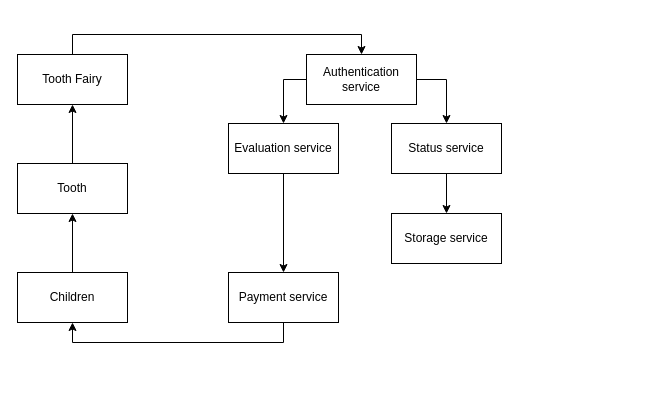
This is .drawio from CBeredIOk/drawio, a draw.io file, before an edit. Source tidied: cells renumbered, new cells numbered last; positions are measured from the earlier drawing's top-left corner, leaving out a move shared by most shapes. Both pictures are drawn from the tidied source at 100%, with x=0, y=0 at pixel (17, 54).
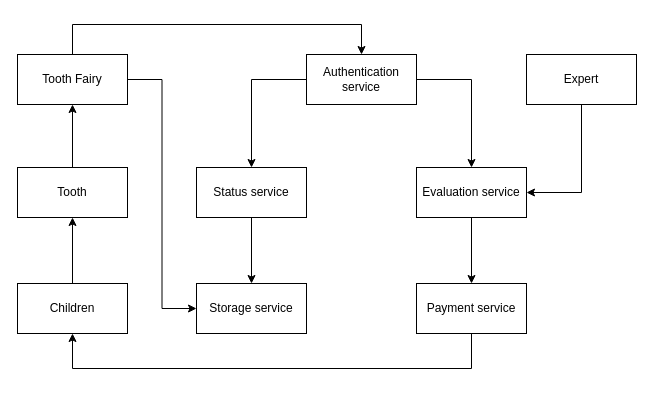
Above is the later version.

The change refers to these unchanged cells:
```xml
<mxCell id="3" value="Tooth Fairy" style="html=1;whiteSpace=wrap;" parent="1" vertex="1">
  <mxGeometry width="110" height="50" as="geometry" />
</mxCell>
<mxCell id="10" value="Authentication service" style="html=1;whiteSpace=wrap;" parent="1" vertex="1">
  <mxGeometry x="289" width="110" height="50" as="geometry" />
</mxCell>
```

Change to the diagram source:
```diff
@@
     <mxCell id="2" style="edgeStyle=orthogonalEdgeStyle;rounded=0;jettySize=auto;html=1;exitX=0.5;exitY=0;exitDx=0;exitDy=0;entryX=0.5;entryY=0;entryDx=0;entryDy=0;" parent="1" edge="1" source="3" target="10">
-      <mxGeometry relative="1" as="geometry" />
+      <mxGeometry relative="1" as="geometry">
+        <Array as="points">
+          <mxPoint x="55" y="-30" />
+          <mxPoint x="344" y="-30" />
+        </Array>
+      </mxGeometry>
     </mxCell>
+    <mxCell id="18" style="edgeStyle=orthogonalEdgeStyle;rounded=0;jettySize=auto;html=1;exitX=1;exitY=0.5;exitDx=0;exitDy=0;entryX=0;entryY=0.5;entryDx=0;entryDy=0;" parent="1" edge="1" source="3" target="17">
+      <mxGeometry relative="1" as="geometry" />
+    </mxCell>
@@
     <mxCell id="5" value="Children" style="html=1;whiteSpace=wrap;" parent="1" vertex="1">
-      <mxGeometry y="218" width="110" height="50" as="geometry" />
+      <mxGeometry y="229" width="110" height="50" as="geometry" />
     </mxCell>
@@
     <mxCell id="7" value="Tooth" style="html=1;whiteSpace=wrap;" parent="1" vertex="1">
-      <mxGeometry y="109" width="110" height="50" as="geometry" />
+      <mxGeometry y="113" width="110" height="50" as="geometry" />
     </mxCell>
+    <mxCell id="9" style="edgeStyle=orthogonalEdgeStyle;rounded=0;jettySize=auto;html=1;exitX=0;exitY=0.5;exitDx=0;exitDy=0;entryX=0.5;entryY=0;entryDx=0;entryDy=0;" parent="1" edge="1" source="10" target="16">
+      <mxGeometry relative="1" as="geometry" />
+    </mxCell>
-    <mxCell id="8" style="edgeStyle=orthogonalEdgeStyle;rounded=0;jettySize=auto;html=1;exitX=0;exitY=0.5;exitDx=0;exitDy=0;entryX=0.5;entryY=0;entryDx=0;entryDy=0;" parent="1" edge="1" source="10" target="14">
+    <mxCell id="8" style="edgeStyle=orthogonalEdgeStyle;rounded=0;jettySize=auto;html=1;exitX=1;exitY=0.5;exitDx=0;exitDy=0;entryX=0.5;entryY=0;entryDx=0;entryDy=0;" parent="1" edge="1" source="10" target="14">
       <mxGeometry relative="1" as="geometry" />
     </mxCell>
-    <mxCell id="9" style="edgeStyle=orthogonalEdgeStyle;rounded=0;jettySize=auto;html=1;exitX=1;exitY=0.5;exitDx=0;exitDy=0;entryX=0.5;entryY=0;entryDx=0;entryDy=0;" parent="1" edge="1" source="10" target="16">
-      <mxGeometry relative="1" as="geometry" />
-    </mxCell>
@@
     <mxCell id="11" style="edgeStyle=orthogonalEdgeStyle;rounded=0;jettySize=auto;html=1;exitX=0.5;exitY=1;exitDx=0;exitDy=0;entryX=0.5;entryY=1;entryDx=0;entryDy=0;" parent="1" edge="1" source="12" target="5">
-      <mxGeometry relative="1" as="geometry" />
+      <mxGeometry relative="1" as="geometry">
+        <Array as="points">
+          <mxPoint x="454" y="314" />
+          <mxPoint x="55" y="314" />
+        </Array>
+      </mxGeometry>
     </mxCell>
     <mxCell id="12" value="Payment service" style="html=1;whiteSpace=wrap;" parent="1" vertex="1">
-      <mxGeometry x="211" y="218" width="110" height="50" as="geometry" />
+      <mxGeometry x="399" y="229" width="110" height="50" as="geometry" />
     </mxCell>
@@
     <mxCell id="14" value="Evaluation service" style="html=1;whiteSpace=wrap;" parent="1" vertex="1">
-      <mxGeometry x="211" y="69" width="110" height="50" as="geometry" />
+      <mxGeometry x="399" y="113" width="110" height="50" as="geometry" />
     </mxCell>
@@
     <mxCell id="16" value="Status service" style="html=1;whiteSpace=wrap;" parent="1" vertex="1">
-      <mxGeometry x="374" y="69" width="110" height="50" as="geometry" />
+      <mxGeometry x="179" y="113" width="110" height="50" as="geometry" />
     </mxCell>
     <mxCell id="17" value="Storage service" style="html=1;whiteSpace=wrap;" parent="1" vertex="1">
-      <mxGeometry x="374" y="159" width="110" height="50" as="geometry" />
+      <mxGeometry x="179" y="229" width="110" height="50" as="geometry" />
     </mxCell>
+    <mxCell id="19" style="edgeStyle=orthogonalEdgeStyle;rounded=0;jettySize=auto;html=1;exitX=0.5;exitY=1;exitDx=0;exitDy=0;entryX=1;entryY=0.5;entryDx=0;entryDy=0;" parent="1" edge="1" source="20" target="14">
+      <mxGeometry relative="1" as="geometry" />
+    </mxCell>
+    <mxCell id="20" value="Expert" style="html=1;whiteSpace=wrap;" parent="1" vertex="1">
+      <mxGeometry x="509" width="110" height="50" as="geometry" />
+    </mxCell>
```
